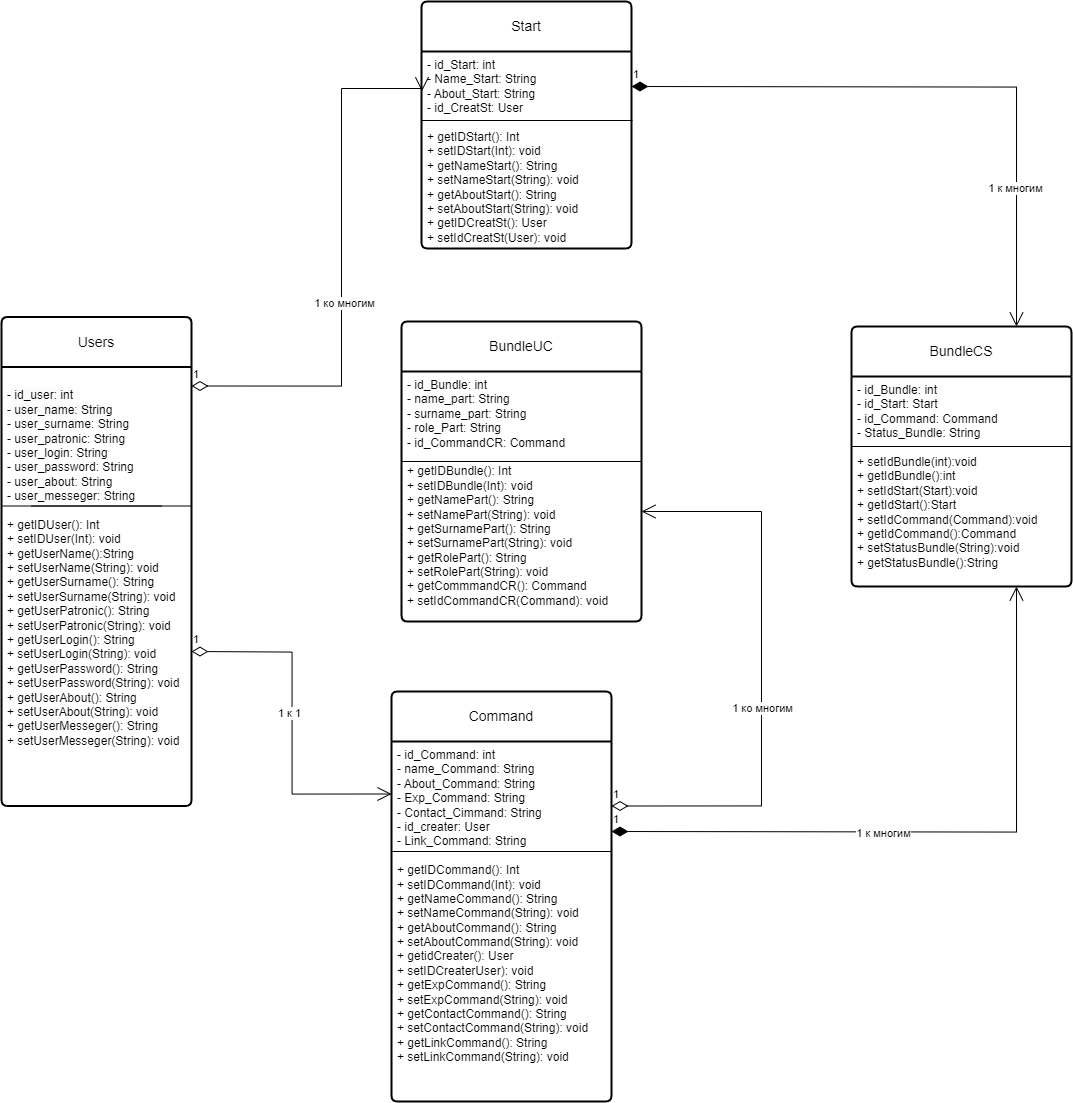
Before: Файл курсач/Лог схема БД-Диаграмма классов.drawio.png, a diagram exported from draw.io (bys0kbata/ProstoStart). Source tidied: cells renumbered, new cells last; positions are measured from the earlier drawing's top-left corner, leaving out a move shared by most shapes. Its diagram source:
```xml
<mxGraphModel>
  <root>
    <mxCell id="0" />
    <mxCell id="1" parent="0" />
    <mxCell id="2" value="Users" style="swimlane;horizontal=1;startSize=50;rounded=1;fontSize=14;fontStyle=0;strokeWidth=2;shadow=0;dashed=0;align=center;arcSize=4;whiteSpace=wrap;html=1;" parent="1" vertex="1">
      <mxGeometry y="315.5" width="190" height="489" as="geometry" />
    </mxCell>
    <mxCell id="3" style="endArrow=none;html=1;rounded=0;" parent="2" edge="1">
      <mxGeometry relative="1" as="geometry">
        <mxPoint x="30" y="189" as="sourcePoint" />
        <mxPoint x="190" y="189" as="targetPoint" />
      </mxGeometry>
    </mxCell>
    <mxCell id="4" value="&lt;br&gt;&lt;span style=&quot;color: rgb(0, 0, 0); font-family: Helvetica; font-size: 12px; font-style: normal; font-variant-ligatures: normal; font-variant-caps: normal; font-weight: 400; letter-spacing: normal; orphans: 2; text-align: left; text-indent: 0px; text-transform: none; widows: 2; word-spacing: 0px; -webkit-text-stroke-width: 0px; background-color: rgb(251, 251, 251); text-decoration-thickness: initial; text-decoration-style: initial; text-decoration-color: initial; float: none; display: inline !important;&quot;&gt;- id_user: int&lt;/span&gt;&lt;br style=&quot;border-color: var(--border-color); color: rgb(0, 0, 0); font-family: Helvetica; font-size: 12px; font-style: normal; font-variant-ligatures: normal; font-variant-caps: normal; font-weight: 400; letter-spacing: normal; orphans: 2; text-align: left; text-indent: 0px; text-transform: none; widows: 2; word-spacing: 0px; -webkit-text-stroke-width: 0px; background-color: rgb(251, 251, 251); text-decoration-thickness: initial; text-decoration-style: initial; text-decoration-color: initial;&quot;&gt;&lt;span style=&quot;color: rgb(0, 0, 0); font-family: Helvetica; font-size: 12px; font-style: normal; font-variant-ligatures: normal; font-variant-caps: normal; font-weight: 400; letter-spacing: normal; orphans: 2; text-align: left; text-indent: 0px; text-transform: none; widows: 2; word-spacing: 0px; -webkit-text-stroke-width: 0px; background-color: rgb(251, 251, 251); text-decoration-thickness: initial; text-decoration-style: initial; text-decoration-color: initial; float: none; display: inline !important;&quot;&gt;- user_name: String&lt;/span&gt;&lt;br style=&quot;border-color: var(--border-color); color: rgb(0, 0, 0); font-family: Helvetica; font-size: 12px; font-style: normal; font-variant-ligatures: normal; font-variant-caps: normal; font-weight: 400; letter-spacing: normal; orphans: 2; text-align: left; text-indent: 0px; text-transform: none; widows: 2; word-spacing: 0px; -webkit-text-stroke-width: 0px; background-color: rgb(251, 251, 251); text-decoration-thickness: initial; text-decoration-style: initial; text-decoration-color: initial;&quot;&gt;- user_surname: String&lt;br&gt;- user_patronic: String&lt;br&gt;- user_login: String&lt;br&gt;- user_password: String&lt;br&gt;- user_about: String&lt;br&gt;- user_messeger: String&lt;br&gt;&lt;br&gt;+ getIDUser(): Int&lt;br&gt;+ setIDUser(Int): void&lt;br&gt;+ getUserName():String&lt;br&gt;+ setUserName(String): void&lt;br&gt;+ getUserSurname(): String&lt;br&gt;+ setUserSurname(String): void&lt;br&gt;+ getUserPatronic(): String&lt;br style=&quot;border-color: var(--border-color);&quot;&gt;+ setUserPatronic(String): void&lt;br&gt;+ getUserLogin(): String&lt;br style=&quot;border-color: var(--border-color);&quot;&gt;+ setUserLogin(String): void&lt;br&gt;+ getUserPassword(): String&lt;br style=&quot;border-color: var(--border-color);&quot;&gt;+ setUserPassword(String): void&lt;br&gt;+ getUserAbout(): String&lt;br style=&quot;border-color: var(--border-color);&quot;&gt;+ setUserAbout(String): void&lt;br&gt;+ getUserMesseger(): String&lt;br style=&quot;border-color: var(--border-color);&quot;&gt;+ setUserMesseger(String): void" style="align=left;strokeColor=none;fillColor=none;spacingLeft=4;fontSize=12;verticalAlign=top;html=1;" parent="2" vertex="1">
      <mxGeometry y="50" width="190" height="439" as="geometry" />
    </mxCell>
    <mxCell id="5" style="endArrow=none;html=1;rounded=0;" parent="2" edge="1">
      <mxGeometry relative="1" as="geometry">
        <mxPoint y="189" as="sourcePoint" />
        <mxPoint x="160" y="189" as="targetPoint" />
      </mxGeometry>
    </mxCell>
    <mxCell id="6" value="Start" style="swimlane;horizontal=1;startSize=50;rounded=1;fontSize=14;fontStyle=0;strokeWidth=2;shadow=0;dashed=0;align=center;arcSize=4;whiteSpace=wrap;html=1;" parent="1" vertex="1">
      <mxGeometry x="420" width="210" height="247" as="geometry" />
    </mxCell>
    <mxCell id="7" style="endArrow=none;html=1;rounded=0;" parent="6" edge="1">
      <mxGeometry relative="1" as="geometry">
        <mxPoint y="119" as="sourcePoint" />
        <mxPoint x="160" y="119" as="targetPoint" />
      </mxGeometry>
    </mxCell>
    <mxCell id="8" style="endArrow=none;html=1;rounded=0;" parent="6" edge="1">
      <mxGeometry relative="1" as="geometry">
        <mxPoint x="51" y="119" as="sourcePoint" />
        <mxPoint x="211" y="119" as="targetPoint" />
      </mxGeometry>
    </mxCell>
    <mxCell id="9" value="- id_Start: int&lt;br&gt;- Name_Start: String&lt;br&gt;- About_Start: String&lt;br&gt;- id_CreatSt: User&lt;br&gt;&lt;br&gt;+ getIDStart(): Int&lt;br style=&quot;border-color: var(--border-color);&quot;&gt;+ setIDStart(Int): void&lt;br&gt;+ getNameStart(): String&lt;br style=&quot;border-color: var(--border-color);&quot;&gt;+ setNameStart(String): void&lt;br&gt;+ getAboutStart(): String&lt;br style=&quot;border-color: var(--border-color);&quot;&gt;+ setAboutStart(String): void&lt;br&gt;+ getIDCreatSt(): User&lt;br style=&quot;border-color: var(--border-color);&quot;&gt;+ setIdCreatSt(User): void" style="align=left;strokeColor=none;fillColor=none;spacingLeft=4;fontSize=12;verticalAlign=top;html=1;" parent="6" vertex="1">
      <mxGeometry y="50" width="210" height="197" as="geometry" />
    </mxCell>
    <mxCell id="10" value="Command" style="swimlane;horizontal=1;startSize=50;rounded=1;fontSize=14;fontStyle=0;strokeWidth=2;shadow=0;dashed=0;align=center;arcSize=4;whiteSpace=wrap;html=1;" parent="1" vertex="1">
      <mxGeometry x="390" y="690" width="220" height="410" as="geometry" />
    </mxCell>
    <mxCell id="11" style="endArrow=none;html=1;rounded=0;" parent="10" edge="1">
      <mxGeometry relative="1" as="geometry">
        <mxPoint x="60" y="160" as="sourcePoint" />
        <mxPoint x="220" y="160" as="targetPoint" />
      </mxGeometry>
    </mxCell>
    <mxCell id="12" style="endArrow=none;html=1;rounded=0;" parent="10" edge="1">
      <mxGeometry relative="1" as="geometry">
        <mxPoint y="160" as="sourcePoint" />
        <mxPoint x="160" y="160" as="targetPoint" />
      </mxGeometry>
    </mxCell>
    <mxCell id="13" value="- id_Command: int&lt;br&gt;- name_Command: String&lt;br&gt;- About_Command: String&lt;br&gt;- Exp_Command: String&lt;br&gt;- Contact_Cimmand: String&lt;br&gt;- id_creater: User&lt;br&gt;- Link_Command: String&lt;br&gt;&lt;br&gt;+ getIDCommand(): Int&lt;br style=&quot;border-color: var(--border-color);&quot;&gt;+ setIDCommand(Int): void&lt;br style=&quot;border-color: var(--border-color);&quot;&gt;+ getNameCommand(): String&lt;br style=&quot;border-color: var(--border-color);&quot;&gt;+ setNameCommand(String): void&lt;br style=&quot;border-color: var(--border-color);&quot;&gt;+ getAboutCommand(): String&lt;br style=&quot;border-color: var(--border-color);&quot;&gt;+ setAboutCommand(String): void&lt;br style=&quot;border-color: var(--border-color);&quot;&gt;+ getidCreater(): User&lt;br style=&quot;border-color: var(--border-color);&quot;&gt;+ setIDCreaterUser): void&lt;br style=&quot;border-color: var(--border-color);&quot;&gt;+ getExpCommand(): String&lt;br style=&quot;border-color: var(--border-color);&quot;&gt;+ setExpCommand(String): void&lt;br style=&quot;border-color: var(--border-color);&quot;&gt;+ getContactCommand(): String&lt;br style=&quot;border-color: var(--border-color);&quot;&gt;+ setContactCommand(String): void&lt;br&gt;+ getLinkCommand(): String&lt;br style=&quot;border-color: var(--border-color);&quot;&gt;+ setLinkCommand(String): void" style="align=left;strokeColor=none;fillColor=none;spacingLeft=4;fontSize=12;verticalAlign=top;html=1;" parent="10" vertex="1">
      <mxGeometry y="50" width="220" height="360" as="geometry" />
    </mxCell>
    <mxCell id="14" style="endArrow=none;html=1;rounded=0;" parent="10" edge="1" target="13">
      <mxGeometry relative="1" as="geometry">
        <mxPoint y="160" as="sourcePoint" />
      </mxGeometry>
    </mxCell>
    <mxCell id="15" value="BundleUC" style="swimlane;horizontal=1;startSize=50;rounded=1;fontSize=14;fontStyle=0;strokeWidth=2;shadow=0;dashed=0;align=center;arcSize=4;whiteSpace=wrap;html=1;" parent="1" vertex="1">
      <mxGeometry x="400" y="320" width="240" height="300" as="geometry" />
    </mxCell>
    <mxCell id="16" style="endArrow=none;html=1;rounded=0;" parent="15" edge="1">
      <mxGeometry relative="1" as="geometry">
        <mxPoint y="140" as="sourcePoint" />
        <mxPoint x="160" y="140" as="targetPoint" />
      </mxGeometry>
    </mxCell>
    <mxCell id="17" style="endArrow=none;html=1;rounded=0;" parent="15" edge="1">
      <mxGeometry relative="1" as="geometry">
        <mxPoint x="80" y="140" as="sourcePoint" />
        <mxPoint x="240" y="140" as="targetPoint" />
      </mxGeometry>
    </mxCell>
    <mxCell id="18" value="- id_Bundle: int&lt;br&gt;- name_part: String&lt;br&gt;- surname_part: String&lt;br&gt;- role_Part: String&lt;br&gt;- id_CommandCR: Command&lt;br&gt;&lt;br&gt;+ getIDBundle(): Int&lt;br style=&quot;border-color: var(--border-color);&quot;&gt;+ setIDBundle(Int): void&lt;br style=&quot;border-color: var(--border-color);&quot;&gt;+ getNamePart(): String&lt;br style=&quot;border-color: var(--border-color);&quot;&gt;+ setNamePart(String): void&lt;br style=&quot;border-color: var(--border-color);&quot;&gt;+ getSurnamePart(): String&lt;br style=&quot;border-color: var(--border-color);&quot;&gt;+ setSurnamePart(String): void&lt;br&gt;+ getRolePart(): String&lt;br style=&quot;border-color: var(--border-color);&quot;&gt;+ setRolePart(String): void&lt;br&gt;+ getCommmandCR(): Command&lt;br style=&quot;border-color: var(--border-color);&quot;&gt;+ setIdCommandCR(Command): void" style="align=left;strokeColor=none;fillColor=none;spacingLeft=4;fontSize=12;verticalAlign=top;html=1;" parent="15" vertex="1">
      <mxGeometry y="50" width="240" height="250" as="geometry" />
    </mxCell>
    <mxCell id="19" value="BundleCS" style="swimlane;horizontal=1;startSize=50;rounded=1;fontSize=14;fontStyle=0;strokeWidth=2;shadow=0;dashed=0;align=center;arcSize=4;whiteSpace=wrap;html=1;" parent="1" vertex="1">
      <mxGeometry x="850" y="325" width="220" height="260" as="geometry" />
    </mxCell>
    <mxCell id="20" style="endArrow=none;html=1;rounded=0;" parent="19" edge="1">
      <mxGeometry relative="1" as="geometry">
        <mxPoint y="120" as="sourcePoint" />
        <mxPoint x="160" y="120" as="targetPoint" />
      </mxGeometry>
    </mxCell>
    <mxCell id="21" style="endArrow=none;html=1;rounded=0;" parent="19" edge="1">
      <mxGeometry relative="1" as="geometry">
        <mxPoint x="60" y="120" as="sourcePoint" />
        <mxPoint x="220" y="120" as="targetPoint" />
      </mxGeometry>
    </mxCell>
    <mxCell id="22" value="- id_Bundle: int&lt;br&gt;- id_Start: Start&lt;br&gt;- id_Command: Command&lt;br&gt;- Status_Bundle: String&lt;br&gt;&lt;br&gt;+ setIdBundle(int):void&lt;br&gt;+ getIdBundle():int&lt;br&gt;+ setIdStart(Start):void&lt;br style=&quot;border-color: var(--border-color);&quot;&gt;+ getIdStart():Start&lt;br&gt;+ setIdCommand(Command):void&lt;br style=&quot;border-color: var(--border-color);&quot;&gt;+ getIdCommand():Command&lt;br&gt;+ setStatusBundle(String):void&lt;br style=&quot;border-color: var(--border-color);&quot;&gt;+ getStatusBundle():String" style="align=left;strokeColor=none;fillColor=none;spacingLeft=4;fontSize=12;verticalAlign=top;html=1;" parent="19" vertex="1">
      <mxGeometry y="50" width="220" height="210" as="geometry" />
    </mxCell>
    <mxCell id="23" value="1" style="endArrow=open;html=1;endSize=12;startArrow=diamondThin;startSize=14;startFill=0;edgeStyle=orthogonalEdgeStyle;align=left;verticalAlign=bottom;rounded=0;" parent="1" edge="1">
      <mxGeometry x="-1" y="3" relative="1" as="geometry">
        <mxPoint x="610" y="804.5" as="sourcePoint" />
        <mxPoint x="640" y="510" as="targetPoint" />
        <Array as="points">
          <mxPoint x="760" y="804" />
          <mxPoint x="760" y="510" />
          <mxPoint x="645" y="510" />
        </Array>
      </mxGeometry>
    </mxCell>
    <mxCell id="24" value="1 ко многим" style="edgeLabel;html=1;align=center;verticalAlign=middle;" parent="23" vertex="1">
      <mxGeometry x="-0.12" relative="1" as="geometry" />
    </mxCell>
    <mxCell id="25" value="1" style="endArrow=open;html=1;endSize=12;startArrow=diamondThin;startSize=14;startFill=0;edgeStyle=orthogonalEdgeStyle;align=left;verticalAlign=bottom;rounded=0;entryX=0.002;entryY=0.202;entryDx=0;entryDy=0;entryPerimeter=0;" parent="1" edge="1" target="9">
      <mxGeometry x="-1" y="3" relative="1" as="geometry">
        <mxPoint x="190" y="384.5" as="sourcePoint" />
        <Array as="points">
          <mxPoint x="340" y="385" />
          <mxPoint x="340" y="87" />
          <mxPoint x="420" y="87" />
        </Array>
      </mxGeometry>
    </mxCell>
    <mxCell id="26" value="1 ко многим" style="edgeLabel;html=1;align=center;verticalAlign=middle;" parent="25" vertex="1">
      <mxGeometry x="-0.12" relative="1" as="geometry">
        <mxPoint x="2" as="offset" />
      </mxGeometry>
    </mxCell>
    <mxCell id="27" value="1" style="endArrow=open;html=1;endSize=12;startArrow=diamondThin;startSize=14;startFill=1;edgeStyle=orthogonalEdgeStyle;align=left;verticalAlign=bottom;rounded=0;entryX=0.75;entryY=1;entryDx=0;entryDy=0;" parent="1" edge="1" target="22">
      <mxGeometry x="-1" y="3" relative="1" as="geometry">
        <mxPoint x="610" y="830" as="sourcePoint" />
      </mxGeometry>
    </mxCell>
    <mxCell id="28" value="1 к многим" style="edgeLabel;html=1;align=center;verticalAlign=middle;" parent="27" vertex="1">
      <mxGeometry x="-0.16" y="-1" relative="1" as="geometry" />
    </mxCell>
    <mxCell id="29" value="1" style="endArrow=open;html=1;endSize=12;startArrow=diamondThin;startSize=14;startFill=1;edgeStyle=orthogonalEdgeStyle;align=left;verticalAlign=bottom;rounded=0;entryX=0.75;entryY=0;entryDx=0;entryDy=0;" parent="1" edge="1" target="19">
      <mxGeometry x="-1" y="3" relative="1" as="geometry">
        <mxPoint x="630" y="85" as="sourcePoint" />
      </mxGeometry>
    </mxCell>
    <mxCell id="30" value="1 к многим" style="edgeLabel;html=1;align=center;verticalAlign=middle;" parent="29" vertex="1">
      <mxGeometry x="0.56" y="-2" relative="1" as="geometry" />
    </mxCell>
    <mxCell id="31" value="1" style="endArrow=open;html=1;endSize=12;startArrow=diamondThin;startSize=14;startFill=0;edgeStyle=orthogonalEdgeStyle;align=left;verticalAlign=bottom;rounded=0;entryX=0;entryY=0.25;entryDx=0;entryDy=0;" parent="1" edge="1" target="10">
      <mxGeometry x="-1" y="3" relative="1" as="geometry">
        <mxPoint x="190" y="650" as="sourcePoint" />
      </mxGeometry>
    </mxCell>
    <mxCell id="32" value="1 к 1" style="edgeLabel;html=1;align=center;verticalAlign=middle;" parent="31" vertex="1">
      <mxGeometry x="-0.05" y="-3" relative="1" as="geometry" />
    </mxCell>
  </root>
</mxGraphModel>
```
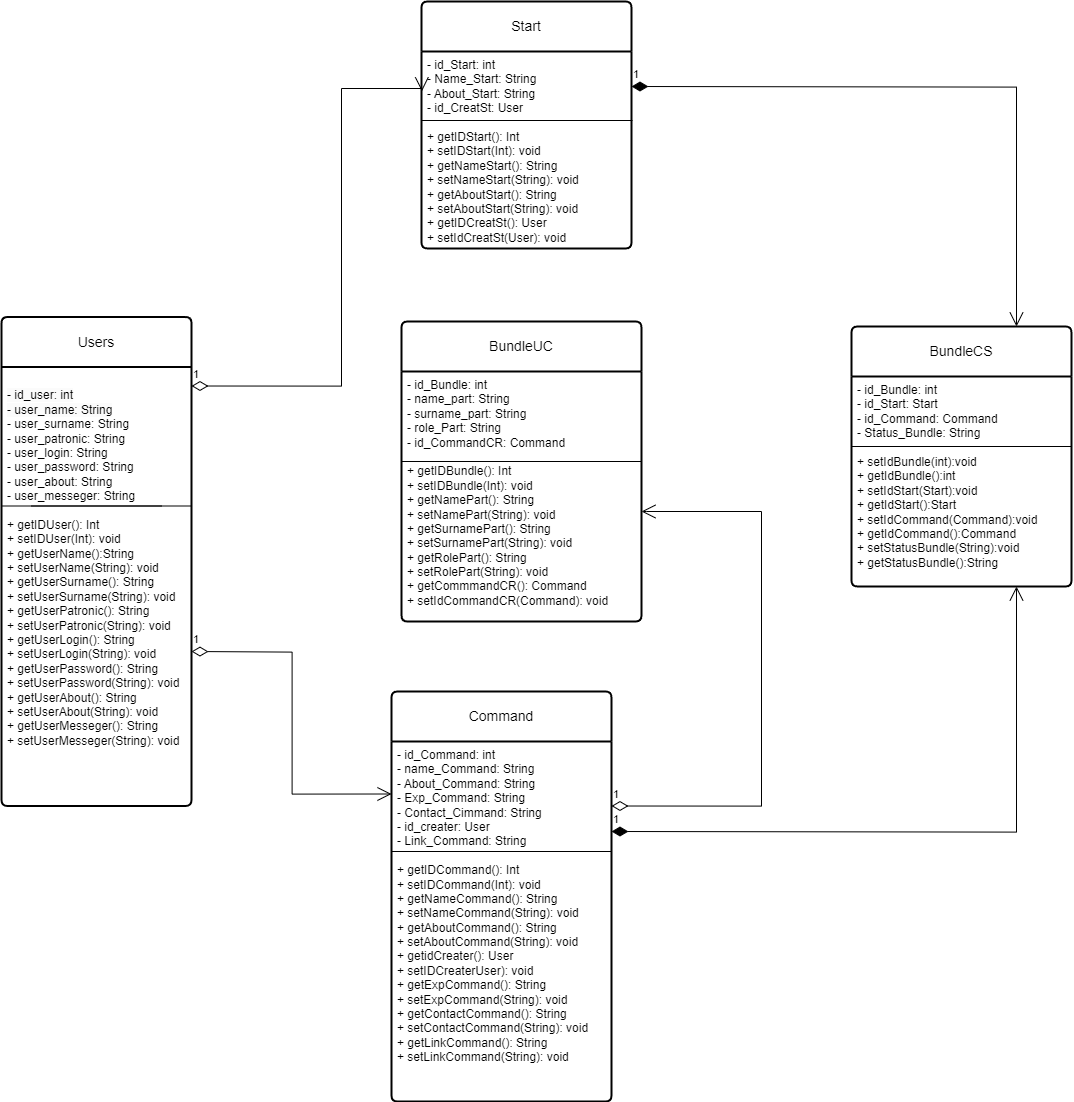
The same file after the commit.

Change to the diagram source:
```diff
@@ -108,9 +108,6 @@
         </Array>
       </mxGeometry>
     </mxCell>
-    <mxCell id="24" value="1 ко многим" style="edgeLabel;html=1;align=center;verticalAlign=middle;" parent="23" vertex="1">
-      <mxGeometry x="-0.12" relative="1" as="geometry" />
-    </mxCell>
     <mxCell id="25" value="1" style="endArrow=open;html=1;endSize=12;startArrow=diamondThin;startSize=14;startFill=0;edgeStyle=orthogonalEdgeStyle;align=left;verticalAlign=bottom;rounded=0;entryX=0.002;entryY=0.202;entryDx=0;entryDy=0;entryPerimeter=0;" parent="1" edge="1" target="9">
       <mxGeometry x="-1" y="3" relative="1" as="geometry">
         <mxPoint x="190" y="384.5" as="sourcePoint" />
@@ -121,34 +118,20 @@
         </Array>
       </mxGeometry>
     </mxCell>
-    <mxCell id="26" value="1 ко многим" style="edgeLabel;html=1;align=center;verticalAlign=middle;" parent="25" vertex="1">
-      <mxGeometry x="-0.12" relative="1" as="geometry">
-        <mxPoint x="2" as="offset" />
-      </mxGeometry>
-    </mxCell>
     <mxCell id="27" value="1" style="endArrow=open;html=1;endSize=12;startArrow=diamondThin;startSize=14;startFill=1;edgeStyle=orthogonalEdgeStyle;align=left;verticalAlign=bottom;rounded=0;entryX=0.75;entryY=1;entryDx=0;entryDy=0;" parent="1" edge="1" target="22">
       <mxGeometry x="-1" y="3" relative="1" as="geometry">
         <mxPoint x="610" y="830" as="sourcePoint" />
       </mxGeometry>
     </mxCell>
-    <mxCell id="28" value="1 к многим" style="edgeLabel;html=1;align=center;verticalAlign=middle;" parent="27" vertex="1">
-      <mxGeometry x="-0.16" y="-1" relative="1" as="geometry" />
-    </mxCell>
     <mxCell id="29" value="1" style="endArrow=open;html=1;endSize=12;startArrow=diamondThin;startSize=14;startFill=1;edgeStyle=orthogonalEdgeStyle;align=left;verticalAlign=bottom;rounded=0;entryX=0.75;entryY=0;entryDx=0;entryDy=0;" parent="1" edge="1" target="19">
       <mxGeometry x="-1" y="3" relative="1" as="geometry">
         <mxPoint x="630" y="85" as="sourcePoint" />
       </mxGeometry>
     </mxCell>
-    <mxCell id="30" value="1 к многим" style="edgeLabel;html=1;align=center;verticalAlign=middle;" parent="29" vertex="1">
-      <mxGeometry x="0.56" y="-2" relative="1" as="geometry" />
-    </mxCell>
     <mxCell id="31" value="1" style="endArrow=open;html=1;endSize=12;startArrow=diamondThin;startSize=14;startFill=0;edgeStyle=orthogonalEdgeStyle;align=left;verticalAlign=bottom;rounded=0;entryX=0;entryY=0.25;entryDx=0;entryDy=0;" parent="1" edge="1" target="10">
       <mxGeometry x="-1" y="3" relative="1" as="geometry">
         <mxPoint x="190" y="650" as="sourcePoint" />
       </mxGeometry>
     </mxCell>
-    <mxCell id="32" value="1 к 1" style="edgeLabel;html=1;align=center;verticalAlign=middle;" parent="31" vertex="1">
-      <mxGeometry x="-0.05" y="-3" relative="1" as="geometry" />
-    </mxCell>
   </root>
 </mxGraphModel>
```
